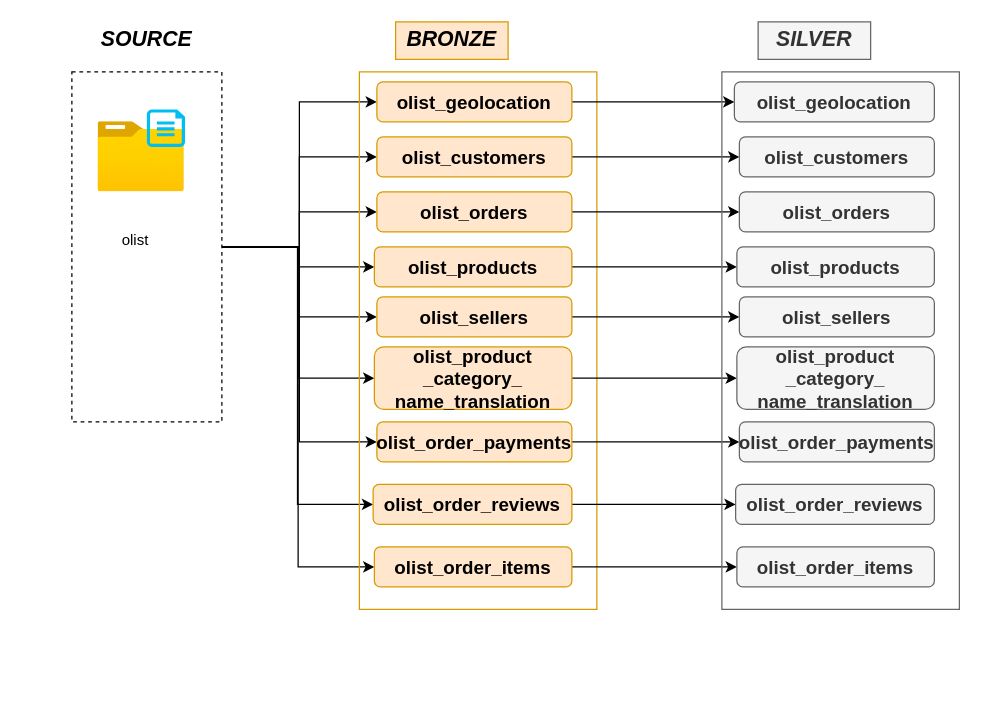
Above: Documentacion/drawio/Flujo De Datos_CapaPlata.drawio in eme-19-87/DataAnalytics_Devligth (draw.io), before the change. Source tidied: cells renumbered, new cells numbered last; positions are measured from the earlier drawing's top-left corner, leaving out a move shared by most shapes. Both pictures are drawn from the tidied source at 125%, with x=0, y=0 at pixel (71, 21).
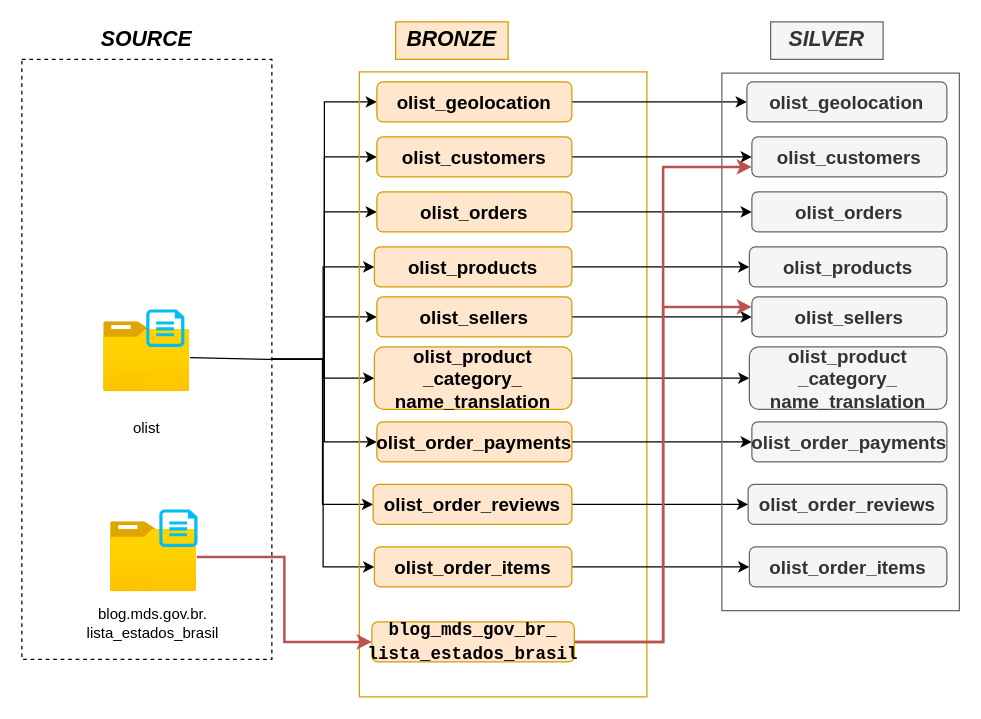
After the change.

The change refers to these unchanged cells:
```xml
<mxCell id="19" value="&lt;font style=&quot;font-size: 15px;&quot;&gt;&lt;b&gt;olist_geolocation&lt;/b&gt;&lt;/font&gt;" style="rounded=1;whiteSpace=wrap;html=1;fillColor=#ffe6cc;strokeColor=#d79b00;" parent="1" vertex="1">
  <mxGeometry x="244" y="48" width="156" height="32" as="geometry" />
</mxCell>
<mxCell id="21" value="&lt;span style=&quot;font-size: 15px;&quot;&gt;&lt;b&gt;olist_customers&lt;/b&gt;&lt;/span&gt;" style="rounded=1;whiteSpace=wrap;html=1;fillColor=#ffe6cc;strokeColor=#d79b00;" parent="1" vertex="1">
  <mxGeometry x="244" y="92" width="156" height="32" as="geometry" />
</mxCell>
<mxCell id="23" value="&lt;span style=&quot;font-size: 15px;&quot;&gt;&lt;b&gt;olist_orders&lt;/b&gt;&lt;/span&gt;" style="rounded=1;whiteSpace=wrap;html=1;fillColor=#ffe6cc;strokeColor=#d79b00;" parent="1" vertex="1">
  <mxGeometry x="244" y="136" width="156" height="32" as="geometry" />
</mxCell>
<mxCell id="27" value="&lt;span style=&quot;font-size: 15px;&quot;&gt;&lt;b&gt;olist_sellers&lt;/b&gt;&lt;/span&gt;" style="rounded=1;whiteSpace=wrap;html=1;fillColor=#ffe6cc;strokeColor=#d79b00;" parent="1" vertex="1">
  <mxGeometry x="244" y="220" width="156" height="32" as="geometry" />
</mxCell>
<mxCell id="29" value="&lt;span style=&quot;font-size: 15px;&quot;&gt;&lt;b&gt;olist_product&lt;br&gt;_category_&lt;br&gt;name_translation&lt;/b&gt;&lt;/span&gt;" style="rounded=1;whiteSpace=wrap;html=1;fillColor=#ffe6cc;strokeColor=#d79b00;" parent="1" vertex="1">
  <mxGeometry x="242" y="260" width="158" height="50" as="geometry" />
</mxCell>
<mxCell id="31" value="&lt;span style=&quot;font-size: 15px;&quot;&gt;&lt;b&gt;olist_order_payments&lt;/b&gt;&lt;/span&gt;" style="rounded=1;whiteSpace=wrap;html=1;fillColor=#ffe6cc;strokeColor=#d79b00;" parent="1" vertex="1">
  <mxGeometry x="244" y="320" width="156" height="32" as="geometry" />
</mxCell>
<mxCell id="33" value="&lt;span style=&quot;font-size: 15px;&quot;&gt;&lt;b&gt;olist_order_reviews&lt;/b&gt;&lt;/span&gt;" style="rounded=1;whiteSpace=wrap;html=1;fillColor=#ffe6cc;strokeColor=#d79b00;" parent="1" vertex="1">
  <mxGeometry x="241" y="370" width="159" height="32" as="geometry" />
</mxCell>
<mxCell id="35" value="&lt;span style=&quot;font-size: 15px;&quot;&gt;&lt;b&gt;olist_order_items&lt;/b&gt;&lt;/span&gt;" style="rounded=1;whiteSpace=wrap;html=1;fillColor=#ffe6cc;strokeColor=#d79b00;" parent="1" vertex="1">
  <mxGeometry x="242" y="420" width="158" height="32" as="geometry" />
</mxCell>
```

What changed in the source:
```diff
@@
     <mxCell id="11" style="rounded=0;whiteSpace=wrap;html=1;dashed=1;" parent="1" vertex="1">
-      <mxGeometry y="40" width="120" height="280" as="geometry" />
+      <mxGeometry x="-40" y="30" width="200" height="480" as="geometry" />
     </mxCell>
@@
     <mxCell id="13" style="image;html=1;points=[];align=center;fontSize=12;image=img/lib/azure2/general/Folder_Blank.svg;" parent="1" vertex="1">
-      <mxGeometry x="21" y="80" width="69" height="56" as="geometry" />
+      <mxGeometry x="25.5" y="240" width="69" height="56" as="geometry" />
     </mxCell>
     <mxCell id="14" style="verticalLabelPosition=bottom;html=1;verticalAlign=top;align=center;strokeColor=none;fillColor=#00BEF2;shape=mxgraph.azure.cloud_services_configuration_file;" parent="1" vertex="1">
-      <mxGeometry x="60" y="70" width="30.5" height="30" as="geometry" />
+      <mxGeometry x="59.5" y="230" width="30.5" height="30" as="geometry" />
     </mxCell>
     <mxCell id="15" value="olist" style="text;html=1;whiteSpace=wrap;strokeColor=none;fillColor=none;align=center;verticalAlign=middle;rounded=0;" parent="1" vertex="1">
-      <mxGeometry x="21" y="160" width="60" height="30" as="geometry" />
+      <mxGeometry x="30" y="310" width="60" height="30" as="geometry" />
     </mxCell>
     <mxCell id="16" style="rounded=0;whiteSpace=wrap;html=1;fillColor=none;strokeColor=#d79b00;" parent="1" vertex="1">
-      <mxGeometry x="230" y="40" width="190" height="430" as="geometry" />
+      <mxGeometry x="230" y="40" width="230" height="500" as="geometry" />
     </mxCell>
@@
-    <mxCell id="18" style="edgeStyle=orthogonalEdgeStyle;rounded=0;jettySize=auto;html=1;entryX=0;entryY=0.5;entryDx=0;entryDy=0;" parent="1" edge="1" source="19" target="38">
+    <mxCell id="18" style="edgeStyle=orthogonalEdgeStyle;rounded=0;jettySize=auto;html=1;" parent="1" edge="1" source="19" target="38">
       <mxGeometry relative="1" as="geometry" />
     </mxCell>
@@
-    <mxCell id="20" style="edgeStyle=orthogonalEdgeStyle;rounded=0;jettySize=auto;html=1;" parent="1" edge="1" source="21" target="39">
+    <mxCell id="20" style="edgeStyle=orthogonalEdgeStyle;rounded=0;jettySize=auto;html=1;entryX=0;entryY=0.5;entryDx=0;entryDy=0;" parent="1" edge="1" source="21" target="39">
       <mxGeometry relative="1" as="geometry" />
     </mxCell>
@@
-    <mxCell id="22" style="edgeStyle=orthogonalEdgeStyle;rounded=0;jettySize=auto;html=1;" parent="1" edge="1" source="23" target="40">
+    <mxCell id="22" style="edgeStyle=orthogonalEdgeStyle;rounded=0;jettySize=auto;html=1;entryX=0;entryY=0.5;entryDx=0;entryDy=0;" parent="1" edge="1" source="23" target="40">
       <mxGeometry relative="1" as="geometry" />
     </mxCell>
@@
-    <mxCell id="26" style="edgeStyle=orthogonalEdgeStyle;rounded=0;jettySize=auto;html=1;entryX=0;entryY=0.5;entryDx=0;entryDy=0;" parent="1" edge="1" source="27" target="42">
+    <mxCell id="26" style="edgeStyle=orthogonalEdgeStyle;rounded=0;jettySize=auto;html=1;" parent="1" edge="1" source="27" target="42">
       <mxGeometry relative="1" as="geometry" />
     </mxCell>
@@
-    <mxCell id="28" style="edgeStyle=orthogonalEdgeStyle;rounded=0;jettySize=auto;html=1;" parent="1" edge="1" source="29" target="43">
+    <mxCell id="28" style="edgeStyle=orthogonalEdgeStyle;rounded=0;jettySize=auto;html=1;entryX=0;entryY=0.5;entryDx=0;entryDy=0;" parent="1" edge="1" source="29" target="43">
       <mxGeometry relative="1" as="geometry" />
     </mxCell>
@@
-    <mxCell id="30" style="edgeStyle=orthogonalEdgeStyle;rounded=0;jettySize=auto;html=1;entryX=0;entryY=0.5;entryDx=0;entryDy=0;" parent="1" edge="1" source="31" target="44">
+    <mxCell id="30" style="edgeStyle=orthogonalEdgeStyle;rounded=0;jettySize=auto;html=1;" parent="1" edge="1" source="31" target="44">
       <mxGeometry relative="1" as="geometry" />
     </mxCell>
@@
-    <mxCell id="32" style="edgeStyle=orthogonalEdgeStyle;rounded=0;jettySize=auto;html=1;" parent="1" edge="1" source="33" target="45">
+    <mxCell id="32" style="edgeStyle=orthogonalEdgeStyle;rounded=0;jettySize=auto;html=1;entryX=0;entryY=0.5;entryDx=0;entryDy=0;" parent="1" edge="1" source="33" target="45">
       <mxGeometry relative="1" as="geometry" />
     </mxCell>
@@
-    <mxCell id="34" style="edgeStyle=orthogonalEdgeStyle;rounded=0;jettySize=auto;html=1;entryX=0;entryY=0.5;entryDx=0;entryDy=0;" parent="1" edge="1" source="35" target="46">
+    <mxCell id="34" style="edgeStyle=orthogonalEdgeStyle;rounded=0;jettySize=auto;html=1;" parent="1" edge="1" source="35" target="46">
       <mxGeometry relative="1" as="geometry" />
     </mxCell>
@@
-    <mxCell id="36" style="rounded=0;whiteSpace=wrap;html=1;fillColor=none;strokeColor=#666666;fontColor=#333333;" parent="1" vertex="1">
-      <mxGeometry x="520" y="40" width="190" height="430" as="geometry" />
-    </mxCell>
+    <mxCell id="47" style="edgeStyle=orthogonalEdgeStyle;rounded=0;jettySize=auto;html=1;entryX=0;entryY=0.5;entryDx=0;entryDy=0;fillColor=#f8cecc;strokeColor=#b85450;strokeWidth=2;" parent="1" edge="1" source="48" target="53">
+      <mxGeometry relative="1" as="geometry" />
+    </mxCell>
+    <mxCell id="48" style="image;html=1;points=[];align=center;fontSize=12;image=img/lib/azure2/general/Folder_Blank.svg;" parent="1" vertex="1">
+      <mxGeometry x="31" y="400" width="69" height="56" as="geometry" />
+    </mxCell>
+    <mxCell id="49" style="verticalLabelPosition=bottom;html=1;verticalAlign=top;align=center;strokeColor=none;fillColor=#00BEF2;shape=mxgraph.azure.cloud_services_configuration_file;" parent="1" vertex="1">
+      <mxGeometry x="70" y="390" width="30.5" height="30" as="geometry" />
+    </mxCell>
+    <mxCell id="50" value="blog.mds.gov.br.&lt;br&gt;lista_estados_brasil" style="text;html=1;whiteSpace=wrap;strokeColor=none;fillColor=none;align=center;verticalAlign=middle;rounded=0;" parent="1" vertex="1">
+      <mxGeometry x="-20" y="466" width="170" height="30" as="geometry" />
+    </mxCell>
+    <mxCell id="51" style="edgeStyle=orthogonalEdgeStyle;rounded=0;jettySize=auto;html=1;entryX=0;entryY=0.75;entryDx=0;entryDy=0;strokeWidth=2;fillColor=#f8cecc;strokeColor=#b85450;" parent="1" edge="1" source="53" target="39">
+      <mxGeometry relative="1" as="geometry" />
+    </mxCell>
+    <mxCell id="52" style="edgeStyle=orthogonalEdgeStyle;rounded=0;jettySize=auto;html=1;entryX=0;entryY=0.25;entryDx=0;entryDy=0;fillColor=#f8cecc;strokeColor=#b85450;strokeWidth=2;" parent="1" edge="1" source="53" target="42">
+      <mxGeometry relative="1" as="geometry" />
+    </mxCell>
+    <mxCell id="53" value="&lt;div style=&quot;font-family: Consolas, &amp;quot;Courier New&amp;quot;, monospace; font-size: 14px; line-height: 19px; white-space: pre;&quot;&gt;&lt;font style=&quot;color: rgb(0, 0, 0);&quot;&gt;&lt;b style=&quot;&quot;&gt;blog_mds_gov_br_&lt;br&gt;lista_estados_brasil&lt;/b&gt;&lt;/font&gt;&lt;/div&gt;" style="rounded=1;whiteSpace=wrap;html=1;fillColor=#ffe6cc;strokeColor=#d79b00;" parent="1" vertex="1">
+      <mxGeometry x="240" y="480" width="162" height="32" as="geometry" />
+    </mxCell>
+    <mxCell id="54" style="endArrow=none;html=1;rounded=0;exitX=1;exitY=0.5;exitDx=0;exitDy=0;" parent="1" edge="1" source="11" target="13">
+      <mxGeometry relative="1" as="geometry" />
+    </mxCell>
+    <mxCell id="55" style="rounded=0;whiteSpace=wrap;html=1;fillColor=none;strokeColor=#666666;fontColor=#333333;" parent="1" vertex="1">
+      <mxGeometry x="520" y="41" width="190" height="430" as="geometry" />
+    </mxCell>
     <mxCell id="37" value="&lt;font style=&quot;font-size: 17px;&quot;&gt;&lt;b&gt;&lt;i&gt;SILVER&lt;/i&gt;&lt;/b&gt;&lt;/font&gt;" style="text;html=1;whiteSpace=wrap;strokeColor=#666666;fillColor=#f5f5f5;align=center;verticalAlign=middle;rounded=0;fontColor=#333333;" parent="1" vertex="1">
-      <mxGeometry x="549" width="90" height="30" as="geometry" />
+      <mxGeometry x="559" width="90" height="30" as="geometry" />
     </mxCell>
     <mxCell id="38" value="&lt;font style=&quot;font-size: 15px;&quot;&gt;&lt;b&gt;olist_geolocation&lt;/b&gt;&lt;/font&gt;" style="rounded=1;whiteSpace=wrap;html=1;fillColor=#f5f5f5;strokeColor=#666666;fontColor=#333333;" parent="1" vertex="1">
-      <mxGeometry x="530" y="48" width="160" height="32" as="geometry" />
+      <mxGeometry x="540" y="48" width="160" height="32" as="geometry" />
     </mxCell>
     <mxCell id="39" value="&lt;span style=&quot;font-size: 15px;&quot;&gt;&lt;b&gt;olist_customers&lt;/b&gt;&lt;/span&gt;" style="rounded=1;whiteSpace=wrap;html=1;fillColor=#f5f5f5;strokeColor=#666666;fontColor=#333333;" parent="1" vertex="1">
-      <mxGeometry x="534" y="92" width="156" height="32" as="geometry" />
+      <mxGeometry x="544" y="92" width="156" height="32" as="geometry" />
     </mxCell>
     <mxCell id="40" value="&lt;span style=&quot;font-size: 15px;&quot;&gt;&lt;b&gt;olist_orders&lt;/b&gt;&lt;/span&gt;" style="rounded=1;whiteSpace=wrap;html=1;fillColor=#f5f5f5;strokeColor=#666666;fontColor=#333333;" parent="1" vertex="1">
-      <mxGeometry x="534" y="136" width="156" height="32" as="geometry" />
+      <mxGeometry x="544" y="136" width="156" height="32" as="geometry" />
     </mxCell>
     <mxCell id="41" value="&lt;span style=&quot;font-size: 15px;&quot;&gt;&lt;b&gt;olist_products&lt;/b&gt;&lt;/span&gt;" style="rounded=1;whiteSpace=wrap;html=1;fillColor=#f5f5f5;strokeColor=#666666;fontColor=#333333;" parent="1" vertex="1">
-      <mxGeometry x="532" y="180" width="158" height="32" as="geometry" />
+      <mxGeometry x="542" y="180" width="158" height="32" as="geometry" />
     </mxCell>
     <mxCell id="42" value="&lt;span style=&quot;font-size: 15px;&quot;&gt;&lt;b&gt;olist_sellers&lt;/b&gt;&lt;/span&gt;" style="rounded=1;whiteSpace=wrap;html=1;fillColor=#f5f5f5;strokeColor=#666666;fontColor=#333333;" parent="1" vertex="1">
-      <mxGeometry x="534" y="220" width="156" height="32" as="geometry" />
+      <mxGeometry x="544" y="220" width="156" height="32" as="geometry" />
     </mxCell>
     <mxCell id="43" value="&lt;span style=&quot;font-size: 15px;&quot;&gt;&lt;b&gt;olist_product&lt;br&gt;_category_&lt;br&gt;name_translation&lt;/b&gt;&lt;/span&gt;" style="rounded=1;whiteSpace=wrap;html=1;fillColor=#f5f5f5;strokeColor=#666666;fontColor=#333333;" parent="1" vertex="1">
-      <mxGeometry x="532" y="260" width="158" height="50" as="geometry" />
+      <mxGeometry x="542" y="260" width="158" height="50" as="geometry" />
     </mxCell>
     <mxCell id="44" value="&lt;span style=&quot;font-size: 15px;&quot;&gt;&lt;b&gt;olist_order_payments&lt;/b&gt;&lt;/span&gt;" style="rounded=1;whiteSpace=wrap;html=1;fillColor=#f5f5f5;strokeColor=#666666;fontColor=#333333;" parent="1" vertex="1">
-      <mxGeometry x="534" y="320" width="156" height="32" as="geometry" />
+      <mxGeometry x="544" y="320" width="156" height="32" as="geometry" />
     </mxCell>
     <mxCell id="45" value="&lt;span style=&quot;font-size: 15px;&quot;&gt;&lt;b&gt;olist_order_reviews&lt;/b&gt;&lt;/span&gt;" style="rounded=1;whiteSpace=wrap;html=1;fillColor=#f5f5f5;strokeColor=#666666;fontColor=#333333;" parent="1" vertex="1">
-      <mxGeometry x="531" y="370" width="159" height="32" as="geometry" />
+      <mxGeometry x="541" y="370" width="159" height="32" as="geometry" />
     </mxCell>
     <mxCell id="46" value="&lt;span style=&quot;font-size: 15px;&quot;&gt;&lt;b&gt;olist_order_items&lt;/b&gt;&lt;/span&gt;" style="rounded=1;whiteSpace=wrap;html=1;fillColor=#f5f5f5;strokeColor=#666666;fontColor=#333333;" parent="1" vertex="1">
-      <mxGeometry x="532" y="420" width="158" height="32" as="geometry" />
+      <mxGeometry x="542" y="420" width="158" height="32" as="geometry" />
     </mxCell>
```
